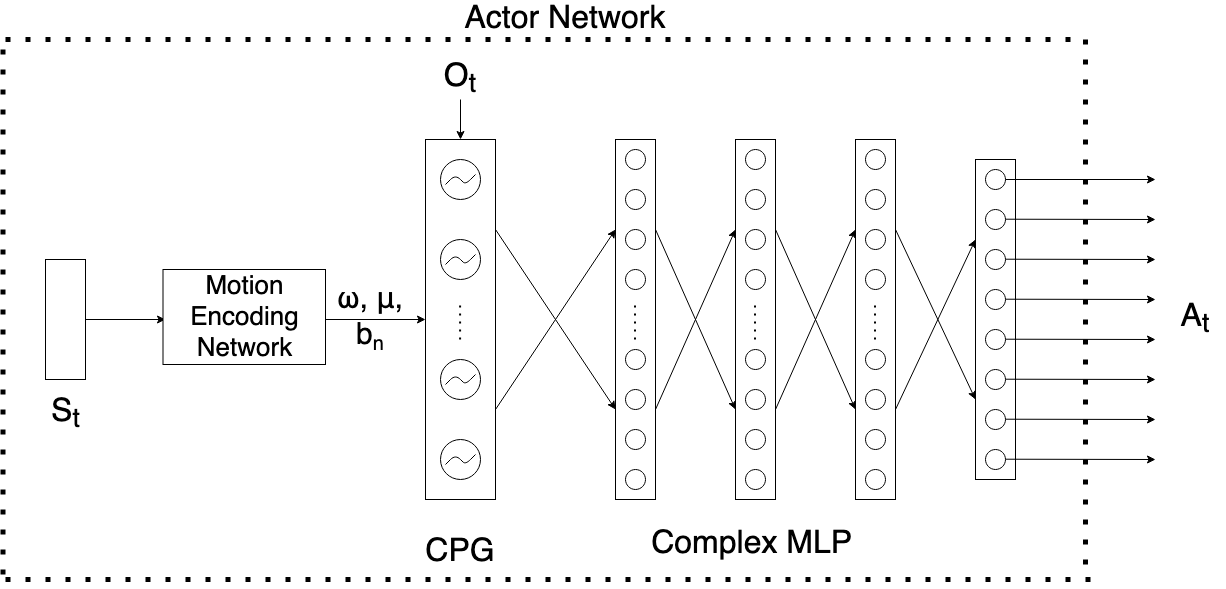
Above: images/actor_t.png in shandilya1998/CPGController (draw.io), before the change. Source tidied: cells renumbered, new cells last; positions are measured from the earlier drawing's top-left corner, leaving out a move shared by most shapes.
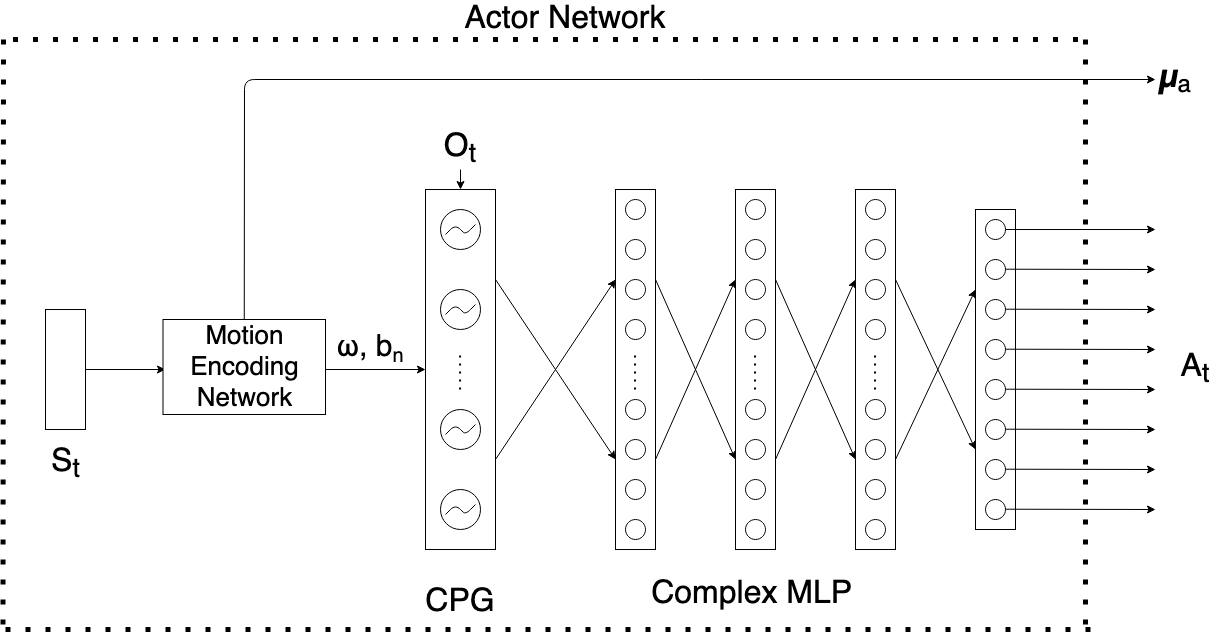
Later version of the same file.

What changed in the source:
```diff
@@ -289,18 +289,18 @@
     <mxCell id="72" style="endArrow=none;dashed=1;html=1;dashPattern=1 3;strokeWidth=5;" parent="1" edge="1">
       <mxGeometry relative="1" as="geometry">
         <mxPoint x="-0.5" y="565" as="sourcePoint" />
-        <mxPoint x="-0.5" y="35" as="targetPoint" />
+        <mxPoint y="-20" as="targetPoint" />
       </mxGeometry>
     </mxCell>
     <mxCell id="73" style="endArrow=none;dashed=1;html=1;dashPattern=1 3;strokeWidth=5;" parent="1" edge="1">
       <mxGeometry relative="1" as="geometry">
-        <mxPoint x="2" y="30" as="sourcePoint" />
-        <mxPoint x="1082" y="30" as="targetPoint" />
+        <mxPoint x="9.5" y="-20" as="sourcePoint" />
+        <mxPoint x="1089.5" y="-20" as="targetPoint" />
       </mxGeometry>
     </mxCell>
     <mxCell id="74" style="endArrow=none;dashed=1;html=1;dashPattern=1 3;strokeWidth=5;" parent="1" edge="1">
       <mxGeometry relative="1" as="geometry">
-        <mxPoint x="1082" y="30" as="sourcePoint" />
+        <mxPoint x="1082" y="-20" as="sourcePoint" />
         <mxPoint x="1082" y="570" as="targetPoint" />
       </mxGeometry>
     </mxCell>
@@ -309,8 +309,8 @@
         <mxPoint x="322" y="310" as="sourcePoint" />
       </mxGeometry>
     </mxCell>
-    <mxCell id="76" value="&lt;font style=&quot;font-size: 30px&quot;&gt;ω&lt;/font&gt;&lt;font style=&quot;font-size: 30px&quot;&gt;, &lt;/font&gt;&lt;font style=&quot;font-size: 30px&quot;&gt;&lt;span class=&quot;aCOpRe&quot;&gt;&lt;span&gt;μ&lt;/span&gt;&lt;/span&gt;&lt;/font&gt;&lt;font style=&quot;font-size: 30px&quot;&gt;, b&lt;/font&gt;&lt;font style=&quot;font-size: 30px&quot; size=&quot;1&quot;&gt;&lt;sub&gt;&lt;span style=&quot;font-size: 20px&quot;&gt;n&lt;/span&gt;&lt;/sub&gt;&lt;/font&gt;" style="text;html=1;strokeColor=none;fillColor=none;align=center;verticalAlign=middle;whiteSpace=wrap;rounded=0;" parent="1" vertex="1">
-      <mxGeometry x="322" y="300" width="90" height="20" as="geometry" />
+    <mxCell id="76" value="&lt;font style=&quot;font-size: 30px&quot;&gt;ω&lt;/font&gt;&lt;font style=&quot;font-size: 30px&quot;&gt;,&lt;/font&gt;&lt;font style=&quot;font-size: 30px&quot;&gt;&lt;span class=&quot;aCOpRe&quot;&gt;&lt;span&gt;&lt;/span&gt;&lt;/span&gt;&lt;/font&gt;&lt;font style=&quot;font-size: 30px&quot;&gt; b&lt;/font&gt;&lt;font style=&quot;font-size: 30px&quot; size=&quot;1&quot;&gt;&lt;sub&gt;&lt;span style=&quot;font-size: 20px&quot;&gt;n&lt;/span&gt;&lt;/sub&gt;&lt;/font&gt;" style="text;html=1;strokeColor=none;fillColor=none;align=center;verticalAlign=middle;whiteSpace=wrap;rounded=0;" parent="1" vertex="1">
+      <mxGeometry x="322" y="280" width="90" height="20" as="geometry" />
     </mxCell>
     <mxCell id="77" value="&lt;font style=&quot;font-size: 32px&quot;&gt;A&lt;sub&gt;t&lt;/sub&gt;&lt;/font&gt;" style="text;html=1;strokeColor=none;fillColor=none;align=center;verticalAlign=middle;whiteSpace=wrap;rounded=0;" parent="1" vertex="1">
       <mxGeometry x="1162" y="275" width="60" height="70" as="geometry" />
@@ -319,16 +319,27 @@
       <mxGeometry x="29.5" y="370" width="65" height="70" as="geometry" />
     </mxCell>
     <mxCell id="79" value="&lt;font style=&quot;font-size: 32px&quot;&gt;&lt;font style=&quot;font-size: 32px&quot;&gt;O&lt;sub&gt;t&lt;/sub&gt;&lt;/font&gt;&lt;/font&gt;" style="text;html=1;strokeColor=none;fillColor=none;align=center;verticalAlign=middle;whiteSpace=wrap;rounded=0;" parent="1" vertex="1">
-      <mxGeometry x="422" y="50" width="70" height="40" as="geometry" />
+      <mxGeometry x="422" y="70" width="70" height="40" as="geometry" />
     </mxCell>
     <mxCell id="80" style="endArrow=classic;html=1;exitX=0.5;exitY=1;exitDx=0;exitDy=0;entryX=0.5;entryY=0;entryDx=0;entryDy=0;" parent="1" edge="1" source="79" target="55">
       <mxGeometry relative="1" as="geometry" />
     </mxCell>
     <mxCell id="81" value="&lt;font style=&quot;font-size: 32px&quot;&gt;Actor Network&lt;br&gt;&lt;/font&gt;" style="text;html=1;strokeColor=none;fillColor=none;align=center;verticalAlign=middle;whiteSpace=wrap;rounded=0;" parent="1" vertex="1">
-      <mxGeometry x="442" width="240" height="20" as="geometry" />
+      <mxGeometry x="442" y="-50" width="240" height="20" as="geometry" />
     </mxCell>
     <mxCell id="82" value="&lt;font style=&quot;font-size: 26px&quot;&gt;Motion Encoding Network&lt;/font&gt;" style="rounded=0;whiteSpace=wrap;html=1;" parent="1" vertex="1">
       <mxGeometry x="159.5" y="260" width="162.5" height="95" as="geometry" />
     </mxCell>
+    <mxCell id="83" style="endArrow=classic;html=1;exitX=0.5;exitY=0;exitDx=0;exitDy=0;" parent="1" edge="1" source="82">
+      <mxGeometry relative="1" as="geometry">
+        <mxPoint x="1152" y="20" as="targetPoint" />
+        <Array as="points">
+          <mxPoint x="241" y="20" />
+        </Array>
+      </mxGeometry>
+    </mxCell>
+    <mxCell id="84" value="&lt;font style=&quot;font-size: 32px&quot;&gt;&lt;span class=&quot;ILfuVd NA6bn&quot;&gt;&lt;span class=&quot;hgKElc&quot;&gt;&lt;b&gt;µ&lt;/b&gt;&lt;/span&gt;&lt;/span&gt;&lt;/font&gt;&lt;font style=&quot;font-size: 24px&quot;&gt;&lt;sub&gt;&lt;font style=&quot;font-size: 24px&quot;&gt;a&lt;/font&gt;&lt;/sub&gt;&lt;/font&gt;" style="text;html=1;strokeColor=none;fillColor=none;align=center;verticalAlign=middle;whiteSpace=wrap;rounded=0;" parent="1" vertex="1">
+      <mxGeometry x="1152" y="10" width="40" height="20" as="geometry" />
+    </mxCell>
   </root>
 </mxGraphModel>
```
